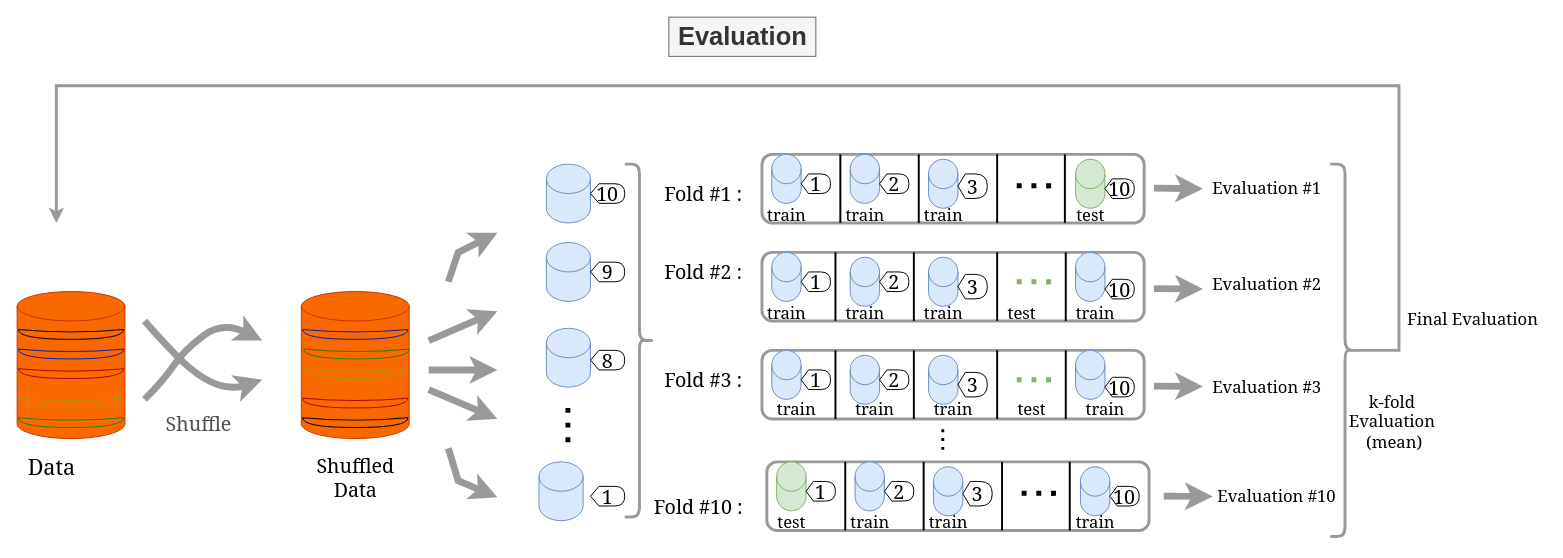
papasega/DeepLearning_Shared_PSW keeps this draw.io diagram as page "Evalution_models" (8 of 9) of Diagramme sans nom.drawio. Above is the earlier version. Source tidied: cells renumbered, new cells numbered last; positions are measured from the earlier drawing's top-left corner, leaving out a move shared by most shapes. Both pictures are drawn from the tidied source at 98%, with x=0, y=0 at pixel (17, 17).
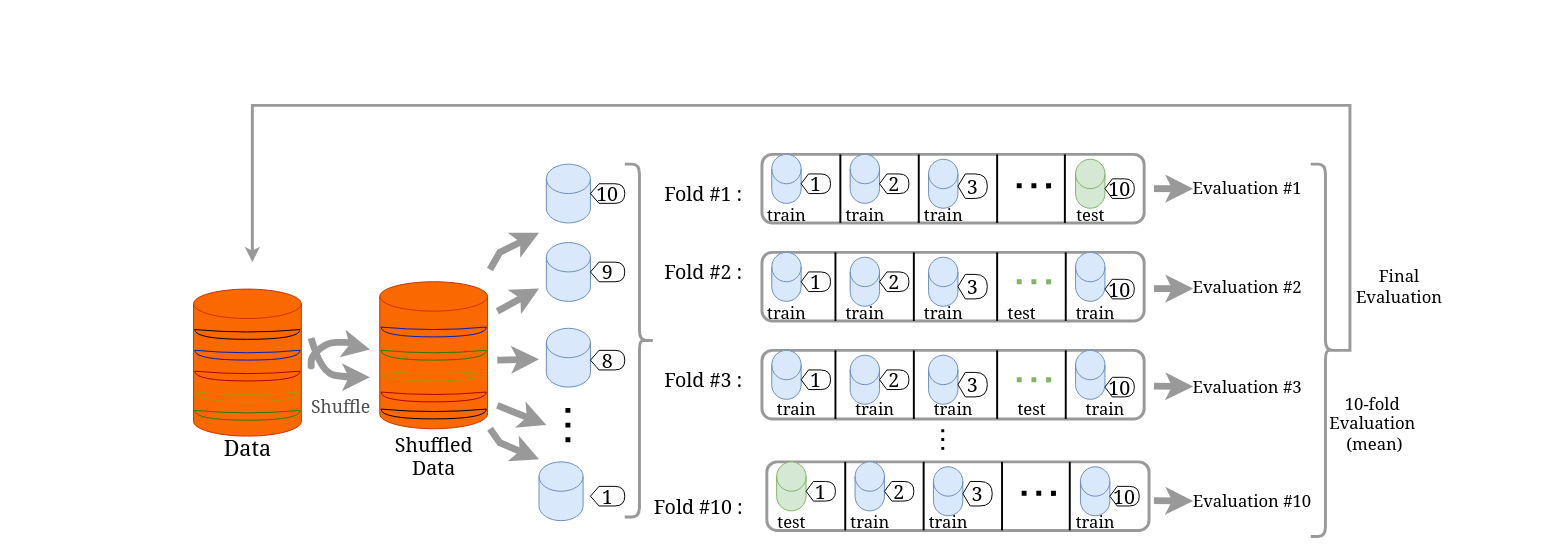
The same diagram, later.

Change to the diagram source:
```diff
@@
     <mxCell id="2" style="shape=cylinder3;whiteSpace=wrap;html=1;boundedLbl=1;backgroundOutline=1;size=15;fillColor=#fa6800;strokeColor=#C73500;fontColor=#000000;" parent="1" vertex="1">
-      <mxGeometry y="280" width="110" height="150" as="geometry" />
+      <mxGeometry x="180" y="277.5" width="110" height="150" as="geometry" />
     </mxCell>
-    <mxCell id="3" value="&lt;b style=&quot;&quot;&gt;&lt;font style=&quot;font-size: 26px;&quot;&gt;Evaluation&lt;/font&gt;&lt;/b&gt;" style="text;html=1;align=center;verticalAlign=middle;strokeColor=#666666;fillColor=#f5f5f5;fontColor=#333333;" parent="1" vertex="1">
-      <mxGeometry x="665" width="150" height="40" as="geometry" />
-    </mxCell>
     <mxCell id="4" style="curved=1;endArrow=classic;html=1;rounded=0;fontSize=22;strokeWidth=7;strokeColor=#999999;" parent="1" edge="1">
       <mxGeometry relative="1" as="geometry">
-        <mxPoint x="130" y="390" as="sourcePoint" />
-        <mxPoint x="250" y="330" as="targetPoint" />
+        <mxPoint x="300" y="358.1" as="sourcePoint" />
+        <mxPoint x="360" y="339.1" as="targetPoint" />
         <Array as="points">
-          <mxPoint x="150" y="370" />
-          <mxPoint x="170" y="340" />
-          <mxPoint x="210" y="310" />
+          <mxPoint x="300" y="354.4" />
+          <mxPoint x="300" y="356.9" />
+          <mxPoint x="300" y="346.9" />
+          <mxPoint x="310" y="336.9" />
+          <mxPoint x="320" y="331.9" />
+          <mxPoint x="330" y="331.9" />
+          <mxPoint x="340" y="331.9" />
+          <mxPoint x="350" y="336.9" />
         </Array>
       </mxGeometry>
     </mxCell>
     <mxCell id="5" style="curved=1;endArrow=classic;html=1;rounded=0;fontSize=22;strokeWidth=7;strokeColor=#999999;" parent="1" edge="1">
       <mxGeometry relative="1" as="geometry">
-        <mxPoint x="130" y="310" as="sourcePoint" />
-        <mxPoint x="250" y="370" as="targetPoint" />
+        <mxPoint x="300" y="327.5" as="sourcePoint" />
+        <mxPoint x="360" y="367.5" as="targetPoint" />
         <Array as="points">
-          <mxPoint x="160" y="344" />
-          <mxPoint x="190" y="370" />
-          <mxPoint x="220" y="380" />
+          <mxPoint x="310" y="363.8" />
+          <mxPoint x="340" y="367.5" />
         </Array>
       </mxGeometry>
     </mxCell>
     <mxCell id="6" style="shape=cylinder3;whiteSpace=wrap;html=1;boundedLbl=1;backgroundOutline=1;size=15;fillColor=#fa6800;strokeColor=#C73500;fontColor=#000000;" parent="1" vertex="1">
-      <mxGeometry x="290" y="280" width="110" height="150" as="geometry" />
+      <mxGeometry x="370" y="270" width="110" height="150" as="geometry" />
     </mxCell>
     <mxCell id="7" style="shape=xor;whiteSpace=wrap;html=1;fontSize=22;rotation=90;fillColor=none;strokeColor=#001DBC;fontColor=#ffffff;" parent="1" vertex="1">
-      <mxGeometry x="340" y="270" width="10" height="107.5" as="geometry" />
+      <mxGeometry x="420" y="267.5" width="10" height="107.5" as="geometry" />
     </mxCell>
     <mxCell id="8" style="shape=xor;whiteSpace=wrap;html=1;fontSize=22;rotation=90;fillColor=none;fontColor=#ffffff;strokeColor=#2D7600;" parent="1" vertex="1">
-      <mxGeometry x="341.2" y="290" width="10" height="107.5" as="geometry" />
+      <mxGeometry x="420" y="291.2" width="10" height="107.5" as="geometry" />
     </mxCell>
     <mxCell id="9" style="shape=xor;whiteSpace=wrap;html=1;fontSize=22;rotation=90;fillColor=none;fontColor=#ffffff;strokeColor=#B20000;" parent="1" vertex="1">
-      <mxGeometry x="340" y="340" width="10" height="107.5" as="geometry" />
+      <mxGeometry x="420" y="333.8" width="10" height="107.5" as="geometry" />
     </mxCell>
     <mxCell id="10" style="shape=xor;whiteSpace=wrap;html=1;fontSize=22;rotation=90;fillColor=none;" parent="1" vertex="1">
-      <mxGeometry x="340" y="360" width="10" height="107.5" as="geometry" />
+      <mxGeometry x="420" y="351.2" width="10" height="107.5" as="geometry" />
     </mxCell>
     <mxCell id="11" style="shape=xor;whiteSpace=wrap;html=1;fontSize=22;rotation=90;fillColor=none;fontColor=#000000;strokeColor=#B09500;" parent="1" vertex="1">
-      <mxGeometry x="340" y="310" width="10" height="107.5" as="geometry" />
+      <mxGeometry x="420" y="312.5" width="10" height="107.5" as="geometry" />
     </mxCell>
     <mxCell id="12" style="shape=xor;whiteSpace=wrap;html=1;fontSize=22;rotation=90;strokeColor=#000000;fillColor=none;" parent="1" vertex="1">
-      <mxGeometry x="50" y="270" width="10" height="107.5" as="geometry" />
+      <mxGeometry x="230" y="270" width="10" height="107.5" as="geometry" />
     </mxCell>
     <mxCell id="13" style="shape=xor;whiteSpace=wrap;html=1;fontSize=22;rotation=90;fillColor=none;fontColor=#ffffff;strokeColor=#2D7600;" parent="1" vertex="1">
-      <mxGeometry x="50" y="360" width="10" height="107.5" as="geometry" />
+      <mxGeometry x="230" y="352.5" width="10" height="107.5" as="geometry" />
     </mxCell>
     <mxCell id="14" style="shape=xor;whiteSpace=wrap;html=1;fontSize=22;rotation=90;fillColor=none;fontColor=#ffffff;strokeColor=#B20000;" parent="1" vertex="1">
-      <mxGeometry x="50" y="310" width="10" height="107.5" as="geometry" />
+      <mxGeometry x="230" y="312.5" width="10" height="107.5" as="geometry" />
     </mxCell>
     <mxCell id="15" style="shape=xor;whiteSpace=wrap;html=1;fontSize=22;rotation=90;fillColor=none;fontColor=#000000;strokeColor=#B09500;" parent="1" vertex="1">
-      <mxGeometry x="50" y="340" width="10" height="107.5" as="geometry" />
+      <mxGeometry x="230" y="333.8" width="10" height="107.5" as="geometry" />
     </mxCell>
     <mxCell id="16" style="shape=xor;whiteSpace=wrap;html=1;fontSize=22;rotation=90;fillColor=none;strokeColor=#001DBC;fontColor=#ffffff;" parent="1" vertex="1">
-      <mxGeometry x="50" y="290" width="10" height="107.5" as="geometry" />
+      <mxGeometry x="230" y="291.2" width="10" height="107.5" as="geometry" />
     </mxCell>
     <mxCell id="17" value="&lt;font face=&quot;Georgia&quot;&gt;Data&lt;/font&gt;" style="text;html=1;align=center;verticalAlign=middle;strokeColor=none;fillColor=none;fontSize=22;" parent="1" vertex="1">
-      <mxGeometry y="440" width="70" height="40" as="geometry" />
+      <mxGeometry x="200" y="420" width="70" height="40" as="geometry" />
     </mxCell>
-    <mxCell id="18" value="&lt;font color=&quot;#4d4d4d&quot; style=&quot;font-size: 20px;&quot;&gt;Shuffle&lt;/font&gt;" style="text;html=1;align=center;verticalAlign=middle;strokeColor=none;fillColor=none;fontSize=22;fontFamily=Georgia;" parent="1" vertex="1">
-      <mxGeometry x="140" y="393.8" width="90" height="40" as="geometry" />
+    <mxCell id="18" value="&lt;font color=&quot;#4d4d4d&quot; style=&quot;font-size: 18px;&quot;&gt;Shuffle&lt;/font&gt;" style="text;html=1;align=center;verticalAlign=middle;strokeColor=none;fillColor=none;fontSize=22;fontFamily=Georgia;" parent="1" vertex="1">
+      <mxGeometry x="290" y="375" width="80" height="40" as="geometry" />
     </mxCell>
     <mxCell id="19" value="&lt;font color=&quot;#000000&quot;&gt;Shuffled&lt;br&gt;Data&lt;/font&gt;" style="text;html=1;align=center;verticalAlign=middle;strokeColor=none;fillColor=none;fontSize=20;fontFamily=Georgia;fontColor=#4D4D4D;" parent="1" vertex="1">
-      <mxGeometry x="295" y="440" width="100" height="60" as="geometry" />
+      <mxGeometry x="375" y="417.5" width="100" height="60" as="geometry" />
     </mxCell>
     <mxCell id="20" style="endArrow=classic;html=1;rounded=0;strokeColor=#999999;strokeWidth=7;fontFamily=Georgia;fontSize=20;fontColor=#000000;" parent="1" edge="1">
       <mxGeometry relative="1" as="geometry">
-        <mxPoint x="440" y="270" as="sourcePoint" />
-        <mxPoint x="490" y="220" as="targetPoint" />
+        <mxPoint x="482.5" y="257.5" as="sourcePoint" />
+        <mxPoint x="532.5" y="220" as="targetPoint" />
         <Array as="points">
-          <mxPoint x="450" y="240" />
+          <mxPoint x="492.5" y="240" />
         </Array>
       </mxGeometry>
     </mxCell>
     <mxCell id="21" style="endArrow=classic;html=1;rounded=0;strokeColor=#999999;strokeWidth=7;fontFamily=Georgia;fontSize=20;fontColor=#000000;" parent="1" edge="1">
       <mxGeometry relative="1" as="geometry">
-        <mxPoint x="420" y="360" as="sourcePoint" />
-        <mxPoint x="490" y="360" as="targetPoint" />
+        <mxPoint x="490" y="350" as="sourcePoint" />
+        <mxPoint x="532.5" y="349" as="targetPoint" />
       </mxGeometry>
     </mxCell>
     <mxCell id="22" style="endArrow=classic;html=1;rounded=0;strokeColor=#999999;strokeWidth=7;fontFamily=Georgia;fontSize=20;fontColor=#000000;" parent="1" edge="1">
       <mxGeometry relative="1" as="geometry">
-        <mxPoint x="420" y="330" as="sourcePoint" />
-        <mxPoint x="490" y="300" as="targetPoint" />
+        <mxPoint x="490" y="300" as="sourcePoint" />
+        <mxPoint x="532.5" y="277" as="targetPoint" />
       </mxGeometry>
     </mxCell>
     <mxCell id="23" style="endArrow=classic;html=1;rounded=0;strokeColor=#999999;strokeWidth=7;fontFamily=Georgia;fontSize=20;fontColor=#000000;" parent="1" edge="1">
       <mxGeometry relative="1" as="geometry">
-        <mxPoint x="420" y="380" as="sourcePoint" />
-        <mxPoint x="490" y="410" as="targetPoint" />
+        <mxPoint x="490" y="396.2" as="sourcePoint" />
+        <mxPoint x="540" y="416.2" as="targetPoint" />
       </mxGeometry>
     </mxCell>
     <mxCell id="24" style="endArrow=classic;html=1;rounded=0;strokeColor=#999999;strokeWidth=7;fontFamily=Georgia;fontSize=20;fontColor=#000000;" parent="1" edge="1">
       <mxGeometry relative="1" as="geometry">
-        <mxPoint x="440" y="440" as="sourcePoint" />
-        <mxPoint x="490" y="490" as="targetPoint" />
+        <mxPoint x="482.5" y="420" as="sourcePoint" />
+        <mxPoint x="532.5" y="451.2" as="targetPoint" />
         <Array as="points">
-          <mxPoint x="450" y="473" />
+          <mxPoint x="492.5" y="434.2" />
         </Array>
       </mxGeometry>
     </mxCell>
@@
     <mxCell id="113" style="endArrow=classic;html=1;rounded=0;strokeColor=#999999;strokeWidth=7;fontFamily=Georgia;fontSize=20;fontColor=#000000;" parent="1" edge="1">
       <mxGeometry relative="1" as="geometry">
-        <mxPoint x="1160" y="174.5" as="sourcePoint" />
-        <mxPoint x="1210" y="175" as="targetPoint" />
+        <mxPoint x="1160" y="175" as="sourcePoint" />
+        <mxPoint x="1200" y="175" as="targetPoint" />
       </mxGeometry>
     </mxCell>
     <mxCell id="114" style="endArrow=classic;html=1;rounded=0;strokeColor=#999999;strokeWidth=7;fontFamily=Georgia;fontSize=20;fontColor=#000000;" parent="1" edge="1">
       <mxGeometry relative="1" as="geometry">
         <mxPoint x="1160" y="277" as="sourcePoint" />
-        <mxPoint x="1210" y="277.5" as="targetPoint" />
+        <mxPoint x="1200" y="277" as="targetPoint" />
+        <Array as="points">
+          <mxPoint x="1180" y="277" />
+        </Array>
       </mxGeometry>
     </mxCell>
     <mxCell id="115" style="endArrow=classic;html=1;rounded=0;strokeColor=#999999;strokeWidth=7;fontFamily=Georgia;fontSize=20;fontColor=#000000;" parent="1" edge="1">
       <mxGeometry relative="1" as="geometry">
         <mxPoint x="1160" y="376.5" as="sourcePoint" />
-        <mxPoint x="1210" y="377" as="targetPoint" />
+        <mxPoint x="1200" y="377" as="targetPoint" />
       </mxGeometry>
     </mxCell>
-    <mxCell id="116" style="endArrow=classic;html=1;rounded=0;strokeColor=#999999;strokeWidth=7;fontFamily=Georgia;fontSize=20;fontColor=#000000;" parent="1" edge="1">
-      <mxGeometry relative="1" as="geometry">
-        <mxPoint x="1170" y="488.8" as="sourcePoint" />
-        <mxPoint x="1220" y="489.2" as="targetPoint" />
-      </mxGeometry>
-    </mxCell>
@@
     <mxCell id="118" value="Evaluation #1" style="text;html=1;align=center;verticalAlign=middle;strokeColor=none;fillColor=none;fontSize=17;fontFamily=Georgia;fontColor=#000000;" parent="1" vertex="1">
-      <mxGeometry x="1210" y="160" width="130" height="30" as="geometry" />
+      <mxGeometry x="1190" y="160" width="130" height="30" as="geometry" />
     </mxCell>
     <mxCell id="119" value="Evaluation #2" style="text;html=1;align=center;verticalAlign=middle;strokeColor=none;fillColor=none;fontSize=17;fontFamily=Georgia;fontColor=#000000;" parent="1" vertex="1">
-      <mxGeometry x="1210" y="257.5" width="130" height="30" as="geometry" />
+      <mxGeometry x="1190" y="261.2" width="130" height="30" as="geometry" />
     </mxCell>
     <mxCell id="120" value="Evaluation #3" style="text;html=1;align=center;verticalAlign=middle;strokeColor=none;fillColor=none;fontSize=17;fontFamily=Georgia;fontColor=#000000;" parent="1" vertex="1">
-      <mxGeometry x="1210" y="362.5" width="130" height="30" as="geometry" />
+      <mxGeometry x="1190" y="362.5" width="130" height="30" as="geometry" />
     </mxCell>
     <mxCell id="121" value="Evaluation #10" style="text;html=1;align=center;verticalAlign=middle;strokeColor=none;fillColor=none;fontSize=17;fontFamily=Georgia;fontColor=#000000;" parent="1" vertex="1">
-      <mxGeometry x="1215" y="473.8" width="140" height="30" as="geometry" />
+      <mxGeometry x="1190" y="478.8" width="140" height="30" as="geometry" />
     </mxCell>
-    <mxCell id="122" style="edgeStyle=orthogonalEdgeStyle;rounded=0;jettySize=auto;html=1;exitX=0.1;exitY=0.5;exitDx=0;exitDy=0;exitPerimeter=0;strokeColor=#999999;strokeWidth=3;fontFamily=Georgia;fontSize=17;fontColor=#000000;" parent="1" edge="1" source="123">
+    <mxCell id="122" style="edgeStyle=orthogonalEdgeStyle;rounded=0;jettySize=auto;html=1;strokeColor=#999999;strokeWidth=3;fontFamily=Georgia;fontSize=17;fontColor=#000000;exitX=0.1;exitY=0.5;exitDx=0;exitDy=0;exitPerimeter=0;" parent="1" edge="1" source="123">
       <mxGeometry relative="1" as="geometry">
-        <mxPoint x="40" y="210" as="targetPoint" />
+        <mxPoint x="240" y="250" as="targetPoint" />
         <Array as="points">
-          <mxPoint x="1410" y="340" />
-          <mxPoint x="1410" y="70" />
-          <mxPoint x="40" y="70" />
+          <mxPoint x="1360" y="340" />
+          <mxPoint x="1360" y="90" />
+          <mxPoint x="240" y="90" />
         </Array>
       </mxGeometry>
     </mxCell>
     <mxCell id="123" style="shape=curlyBracket;whiteSpace=wrap;html=1;rounded=1;flipH=1;fontFamily=Georgia;fontSize=20;fontColor=#000000;strokeWidth=3;strokeColor=#999999;" parent="1" vertex="1">
-      <mxGeometry x="1340" y="150" width="30" height="380" as="geometry" />
+      <mxGeometry x="1320" y="150" width="30" height="380" as="geometry" />
     </mxCell>
-    <mxCell id="124" value="Final Evaluation" style="text;html=1;align=center;verticalAlign=middle;strokeColor=none;fillColor=none;fontSize=17;fontFamily=Georgia;fontColor=#000000;" parent="1" vertex="1">
-      <mxGeometry x="1410" y="294" width="150" height="30" as="geometry" />
+    <mxCell id="124" value="Final &lt;br&gt;Evaluation" style="text;html=1;align=center;verticalAlign=middle;strokeColor=none;fillColor=none;fontSize=17;fontFamily=Georgia;fontColor=#000000;" parent="1" vertex="1">
+      <mxGeometry x="1360" y="250" width="100" height="50" as="geometry" />
     </mxCell>
-    <mxCell id="125" value="k-fold&amp;nbsp;&lt;br&gt;Evaluation&amp;nbsp;&lt;br&gt;(mean)" style="text;html=1;align=center;verticalAlign=middle;strokeColor=none;fillColor=none;fontSize=17;fontFamily=Georgia;fontColor=#000000;" parent="1" vertex="1">
-      <mxGeometry x="1350" y="377.5" width="110" height="70" as="geometry" />
+    <mxCell id="125" value="10-fold&amp;nbsp;&lt;br&gt;Evaluation&amp;nbsp;&lt;br&gt;(mean)" style="text;html=1;align=center;verticalAlign=middle;strokeColor=none;fillColor=none;fontSize=17;fontFamily=Georgia;fontColor=#000000;" parent="1" vertex="1">
+      <mxGeometry x="1330" y="380" width="110" height="70" as="geometry" />
     </mxCell>
+    <mxCell id="126" style="endArrow=classic;html=1;rounded=0;strokeColor=#999999;strokeWidth=7;fontFamily=Georgia;fontSize=20;fontColor=#000000;" parent="1" edge="1">
+      <mxGeometry relative="1" as="geometry">
+        <mxPoint x="1160" y="493.3" as="sourcePoint" />
+        <mxPoint x="1200" y="493.8" as="targetPoint" />
+      </mxGeometry>
+    </mxCell>
```
